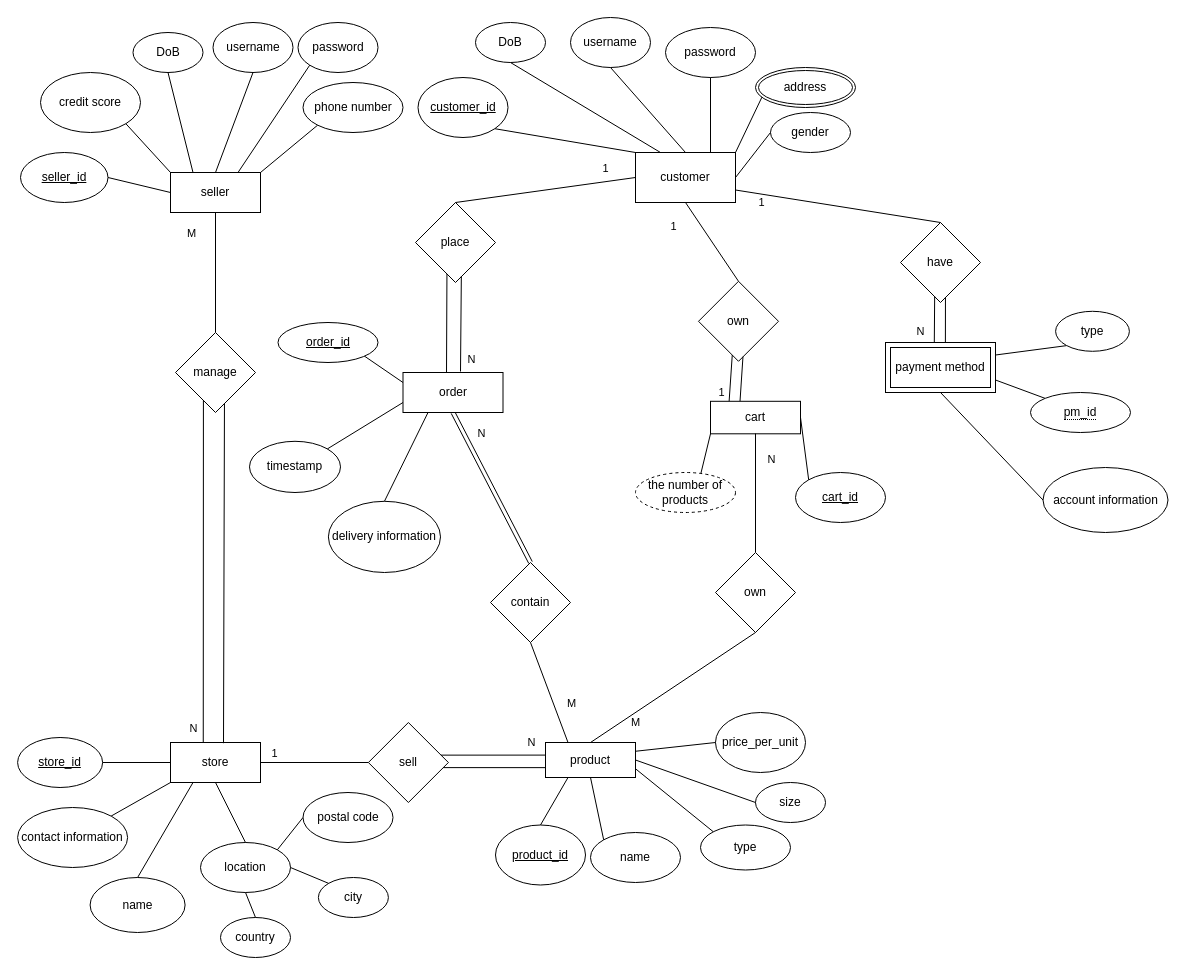
Earlier version of the draw.io diagram 9311-assignment-1.drawio (zhangnailiang/ER). Source tidied: cells renumbered, new cells numbered last; positions are measured from the earlier drawing's top-left corner, leaving out a move shared by most shapes. Both pictures are drawn from the tidied source at 100%, with x=0, y=0 at pixel (17, 17).
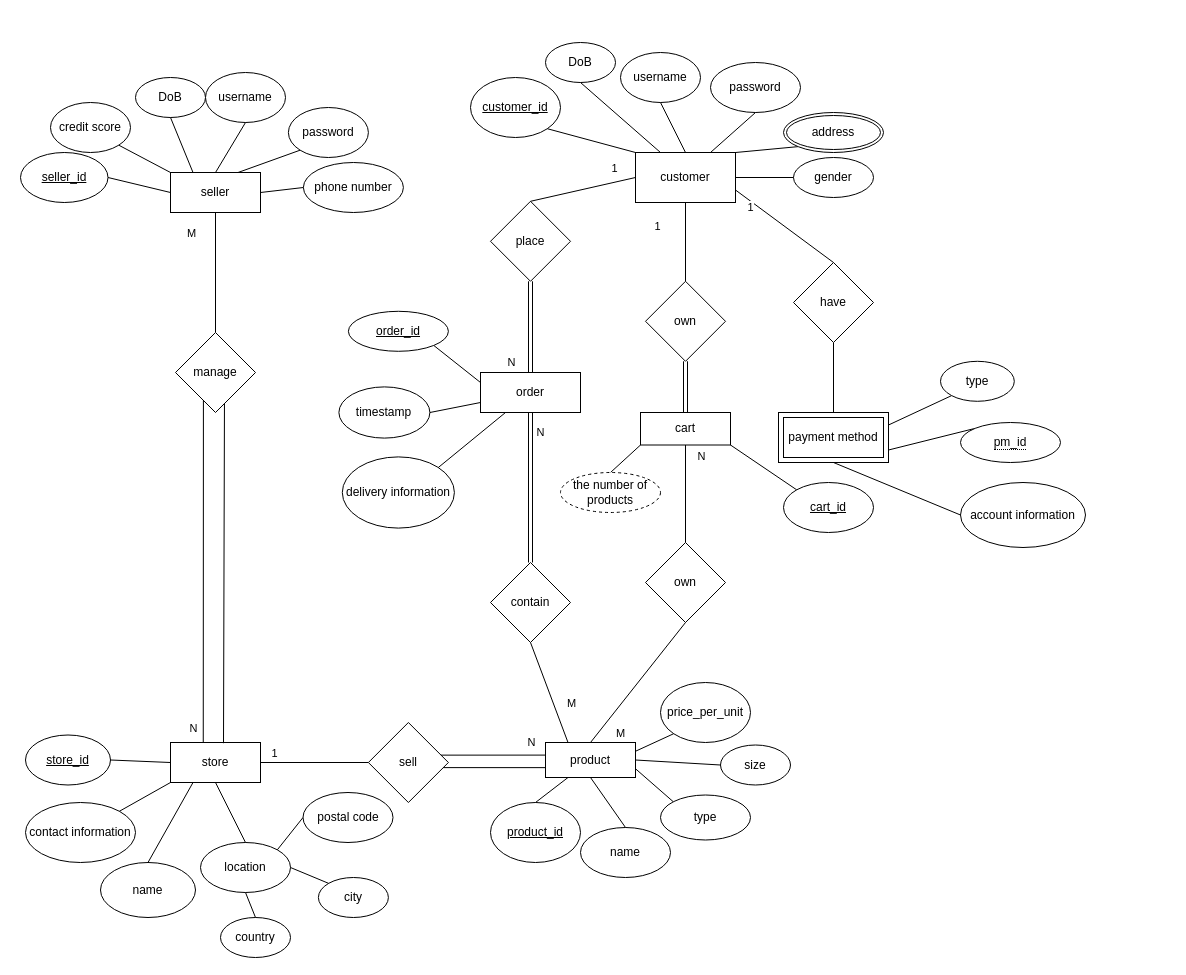
The same page after the edit.

Unchanged cells that the change refers to:
```xml
<mxCell id="2" value="seller" style="rounded=0;whiteSpace=wrap;html=1;" parent="1" vertex="1">
  <mxGeometry x="153" y="155" width="90" height="40" as="geometry" />
</mxCell>
<mxCell id="17" value="customer" style="rounded=0;whiteSpace=wrap;html=1;" parent="1" vertex="1">
  <mxGeometry x="618" y="135" width="100" height="50" as="geometry" />
</mxCell>
<mxCell id="23" value="product" style="rounded=0;whiteSpace=wrap;html=1;" parent="1" vertex="1">
  <mxGeometry x="528" y="725" width="90" height="35" as="geometry" />
</mxCell>
<mxCell id="70" style="endArrow=none;html=1;rounded=0;entryX=0.5;entryY=1;entryDx=0;entryDy=0;exitX=0.5;exitY=0;exitDx=0;exitDy=0;" parent="1" edge="1" source="23" target="67">
  <mxGeometry relative="1" as="geometry" />
</mxCell>
```

The edit, as a diff of the source:
```diff
@@
     <mxCell id="3" value="username" style="ellipse;whiteSpace=wrap;html=1;" parent="1" vertex="1">
-      <mxGeometry x="195.5" y="5" width="80" height="50" as="geometry" />
+      <mxGeometry x="188" y="55" width="80" height="50" as="geometry" />
     </mxCell>
     <mxCell id="4" value="password" style="ellipse;whiteSpace=wrap;html=1;" parent="1" vertex="1">
-      <mxGeometry x="280.5" y="5" width="80" height="50" as="geometry" />
+      <mxGeometry x="270.9" y="90" width="80" height="50" as="geometry" />
     </mxCell>
     <mxCell id="5" value="DoB" style="ellipse;whiteSpace=wrap;html=1;" parent="1" vertex="1">
-      <mxGeometry x="115.5" y="15" width="70" height="40" as="geometry" />
+      <mxGeometry x="118" y="60" width="70" height="40" as="geometry" />
     </mxCell>
     <mxCell id="6" value="phone number" style="ellipse;whiteSpace=wrap;html=1;" parent="1" vertex="1">
-      <mxGeometry x="285.5" y="65" width="100" height="50" as="geometry" />
+      <mxGeometry x="285.9" y="145" width="100" height="50" as="geometry" />
     </mxCell>
     <mxCell id="7" value="credit score" style="ellipse;whiteSpace=wrap;html=1;" parent="1" vertex="1">
-      <mxGeometry x="23" y="55" width="100" height="60" as="geometry" />
+      <mxGeometry x="33" y="85" width="80" height="50" as="geometry" />
     </mxCell>
@@
     <mxCell id="9" value="&lt;u&gt;store_id&lt;/u&gt;" style="ellipse;whiteSpace=wrap;html=1;" parent="1" vertex="1">
-      <mxGeometry x="0.1" y="720" width="85" height="50" as="geometry" />
+      <mxGeometry x="8" y="717.5" width="85" height="50" as="geometry" />
     </mxCell>
     <mxCell id="10" value="name" style="ellipse;whiteSpace=wrap;html=1;" parent="1" vertex="1">
-      <mxGeometry x="72.6" y="860" width="95" height="55" as="geometry" />
+      <mxGeometry x="83" y="845" width="95" height="55" as="geometry" />
     </mxCell>
@@
     <mxCell id="12" value="contact information" style="ellipse;whiteSpace=wrap;html=1;" parent="1" vertex="1">
-      <mxGeometry x="0.1" y="790" width="110" height="60" as="geometry" />
+      <mxGeometry x="8" y="785" width="110" height="60" as="geometry" />
     </mxCell>
@@
     <mxCell id="18" value="&lt;u&gt;customer_id&lt;/u&gt;" style="ellipse;whiteSpace=wrap;html=1;" parent="1" vertex="1">
-      <mxGeometry x="400.5" y="60" width="90" height="60" as="geometry" />
+      <mxGeometry x="453" y="60" width="90" height="60" as="geometry" />
     </mxCell>
     <mxCell id="19" value="username" style="ellipse;whiteSpace=wrap;html=1;" parent="1" vertex="1">
-      <mxGeometry x="553" width="80" height="50" as="geometry" />
+      <mxGeometry x="603" y="35" width="80" height="50" as="geometry" />
     </mxCell>
     <mxCell id="20" value="password" style="ellipse;whiteSpace=wrap;html=1;" parent="1" vertex="1">
-      <mxGeometry x="648" y="10" width="90" height="50" as="geometry" />
+      <mxGeometry x="693" y="45" width="90" height="50" as="geometry" />
     </mxCell>
     <mxCell id="21" value="DoB" style="ellipse;whiteSpace=wrap;html=1;" parent="1" vertex="1">
-      <mxGeometry x="458" y="5" width="70" height="40" as="geometry" />
+      <mxGeometry x="528" y="25" width="70" height="40" as="geometry" />
     </mxCell>
     <mxCell id="22" value="gender" style="ellipse;whiteSpace=wrap;html=1;" parent="1" vertex="1">
-      <mxGeometry x="753" y="95" width="80" height="40" as="geometry" />
+      <mxGeometry x="776" y="140" width="80" height="40" as="geometry" />
     </mxCell>
@@
     <mxCell id="24" value="&lt;u&gt;product_id&lt;/u&gt;" style="ellipse;whiteSpace=wrap;html=1;" parent="1" vertex="1">
-      <mxGeometry x="478" y="807.5" width="90" height="60" as="geometry" />
+      <mxGeometry x="473" y="785" width="90" height="60" as="geometry" />
     </mxCell>
     <mxCell id="25" value="name" style="ellipse;whiteSpace=wrap;html=1;" parent="1" vertex="1">
-      <mxGeometry x="573" y="815" width="90" height="50" as="geometry" />
+      <mxGeometry x="563" y="810" width="90" height="50" as="geometry" />
     </mxCell>
     <mxCell id="26" value="type" style="ellipse;whiteSpace=wrap;html=1;" parent="1" vertex="1">
-      <mxGeometry x="683" y="807.5" width="90" height="45" as="geometry" />
+      <mxGeometry x="643" y="777.5" width="90" height="45" as="geometry" />
     </mxCell>
     <mxCell id="27" value="size" style="ellipse;whiteSpace=wrap;html=1;" parent="1" vertex="1">
-      <mxGeometry x="738" y="765" width="70" height="40" as="geometry" />
+      <mxGeometry x="703" y="727.5" width="70" height="40" as="geometry" />
     </mxCell>
     <mxCell id="28" value="price_per_unit" style="ellipse;whiteSpace=wrap;html=1;" parent="1" vertex="1">
-      <mxGeometry x="698" y="695" width="90" height="60" as="geometry" />
+      <mxGeometry x="643" y="665" width="90" height="60" as="geometry" />
     </mxCell>
     <mxCell id="29" value="&lt;u&gt;cart_id&lt;/u&gt;" style="ellipse;whiteSpace=wrap;html=1;" parent="1" vertex="1">
-      <mxGeometry x="778" y="455" width="90" height="50" as="geometry" />
+      <mxGeometry x="766" y="465" width="90" height="50" as="geometry" />
     </mxCell>
@@
     <mxCell id="39" value="place" style="rhombus;whiteSpace=wrap;html=1;" parent="1" vertex="1">
-      <mxGeometry x="398" y="185" width="80" height="80" as="geometry" />
+      <mxGeometry x="473" y="183.8" width="80" height="80" as="geometry" />
     </mxCell>
@@
-    <mxCell id="42" style="endArrow=none;html=1;rounded=0;entryX=0.393;entryY=0.893;entryDx=0;entryDy=0;entryPerimeter=0;exitX=0.435;exitY=0.025;exitDx=0;exitDy=0;exitPerimeter=0;" parent="1" edge="1" source="111" target="39">
-      <mxGeometry relative="1" as="geometry" />
-    </mxCell>
-    <mxCell id="43" style="endArrow=none;html=1;rounded=0;entryX=0.573;entryY=0.922;entryDx=0;entryDy=0;entryPerimeter=0;exitX=0.575;exitY=-0.025;exitDx=0;exitDy=0;exitPerimeter=0;" parent="1" edge="1" source="111" target="39">
-      <mxGeometry relative="1" as="geometry" />
-    </mxCell>
-    <mxCell id="44" value="N" style="edgeLabel;html=1;align=center;verticalAlign=middle;" parent="43" vertex="1">
-      <mxGeometry x="-0.35" y="-1" relative="1" as="geometry">
-        <mxPoint x="9" y="18" as="offset" />
-      </mxGeometry>
-    </mxCell>
@@
     <mxCell id="53" value="cart" style="rounded=0;whiteSpace=wrap;html=1;" parent="1" vertex="1">
-      <mxGeometry x="693" y="383.8" width="90" height="32.5" as="geometry" />
+      <mxGeometry x="623" y="395" width="90" height="32.5" as="geometry" />
     </mxCell>
     <mxCell id="54" value="timestamp" style="ellipse;whiteSpace=wrap;html=1;" parent="1" vertex="1">
-      <mxGeometry x="232" y="423.8" width="91" height="51.2" as="geometry" />
+      <mxGeometry x="321.4" y="369.4" width="91" height="51.2" as="geometry" />
     </mxCell>
     <mxCell id="55" value="delivery information" style="ellipse;whiteSpace=wrap;html=1;" parent="1" vertex="1">
-      <mxGeometry x="310.9" y="483.8" width="112.1" height="71.2" as="geometry" />
+      <mxGeometry x="324.8" y="439.4" width="112.1" height="71.2" as="geometry" />
     </mxCell>
@@
     <mxCell id="58" value="type" style="ellipse;whiteSpace=wrap;html=1;" parent="1" vertex="1">
-      <mxGeometry x="1038.1" y="293.8" width="73.8" height="40" as="geometry" />
+      <mxGeometry x="923" y="343.8" width="73.8" height="40" as="geometry" />
     </mxCell>
@@
     <mxCell id="60" value="account information" style="ellipse;whiteSpace=wrap;html=1;" parent="1" vertex="1">
-      <mxGeometry x="1025.5" y="450" width="125" height="65" as="geometry" />
+      <mxGeometry x="943" y="465" width="125" height="65" as="geometry" />
     </mxCell>
+    <mxCell id="113" style="edgeStyle=orthogonalEdgeStyle;rounded=0;jettySize=auto;html=1;exitX=0.5;exitY=1;exitDx=0;exitDy=0;shape=link;" parent="1" edge="1" source="61" target="53">
+      <mxGeometry relative="1" as="geometry" />
+    </mxCell>
     <mxCell id="61" value="own" style="rhombus;whiteSpace=wrap;html=1;" parent="1" vertex="1">
-      <mxGeometry x="681" y="263.8" width="80" height="80" as="geometry" />
+      <mxGeometry x="628" y="263.8" width="80" height="80" as="geometry" />
     </mxCell>
@@
-    <mxCell id="64" style="endArrow=none;html=1;rounded=0;entryX=0.422;entryY=0.922;entryDx=0;entryDy=0;entryPerimeter=0;exitX=0.207;exitY=-0.004;exitDx=0;exitDy=0;exitPerimeter=0;" parent="1" edge="1" source="53" target="61">
-      <mxGeometry relative="1" as="geometry" />
-    </mxCell>
-    <mxCell id="65" value="1&lt;br&gt;" style="edgeLabel;html=1;align=center;verticalAlign=middle;" parent="64" vertex="1">
-      <mxGeometry x="-0.46" y="1" relative="1" as="geometry">
-        <mxPoint x="-8" y="3" as="offset" />
-      </mxGeometry>
-    </mxCell>
-    <mxCell id="66" style="endArrow=none;html=1;rounded=0;entryX=0.556;entryY=0.942;entryDx=0;entryDy=0;entryPerimeter=0;exitX=0.328;exitY=-0.004;exitDx=0;exitDy=0;exitPerimeter=0;" parent="1" edge="1" source="53" target="61">
-      <mxGeometry relative="1" as="geometry" />
-    </mxCell>
     <mxCell id="67" value="own" style="rhombus;whiteSpace=wrap;html=1;" parent="1" vertex="1">
-      <mxGeometry x="698" y="535" width="80" height="80" as="geometry" />
+      <mxGeometry x="628" y="525" width="80" height="80" as="geometry" />
     </mxCell>
-    <mxCell id="68" style="endArrow=none;html=1;rounded=0;entryX=0.5;entryY=1;entryDx=0;entryDy=0;exitX=0.5;exitY=0;exitDx=0;exitDy=0;" parent="1" edge="1">
-      <mxGeometry relative="1" as="geometry">
-        <mxPoint x="738" y="534.8" as="sourcePoint" />
-        <mxPoint x="738" y="416" as="targetPoint" />
-      </mxGeometry>
+    <mxCell id="68" style="endArrow=none;html=1;rounded=0;entryX=0.5;entryY=1;entryDx=0;entryDy=0;exitX=0.5;exitY=0;exitDx=0;exitDy=0;" parent="1" edge="1" source="67" target="53">
+      <mxGeometry relative="1" as="geometry" />
     </mxCell>
@@
     <mxCell id="71" value="M" style="edgeLabel;html=1;align=center;verticalAlign=middle;" parent="70" vertex="1">
       <mxGeometry x="0.76" relative="1" as="geometry">
-        <mxPoint x="-101" y="77" as="offset" />
+        <mxPoint x="-54" y="96" as="offset" />
       </mxGeometry>
     </mxCell>
+    <mxCell id="114" style="edgeStyle=orthogonalEdgeStyle;rounded=0;jettySize=auto;html=1;exitX=0.5;exitY=1;exitDx=0;exitDy=0;entryX=0.5;entryY=0;entryDx=0;entryDy=0;endArrow=none;endFill=0;" parent="1" edge="1" source="72" target="110">
+      <mxGeometry relative="1" as="geometry" />
+    </mxCell>
     <mxCell id="72" value="have" style="rhombus;whiteSpace=wrap;html=1;" parent="1" vertex="1">
-      <mxGeometry x="883" y="205" width="80" height="80" as="geometry" />
+      <mxGeometry x="776" y="245" width="80" height="80" as="geometry" />
     </mxCell>
@@
-    <mxCell id="75" style="endArrow=none;html=1;rounded=0;entryX=0.427;entryY=0.925;entryDx=0;entryDy=0;entryPerimeter=0;exitX=0.444;exitY=0;exitDx=0;exitDy=0;exitPerimeter=0;" parent="1" edge="1" target="72">
-      <mxGeometry relative="1" as="geometry">
-        <mxPoint x="916.8" y="325" as="sourcePoint" />
-      </mxGeometry>
-    </mxCell>
-    <mxCell id="76" style="endArrow=none;html=1;rounded=0;entryX=0.562;entryY=0.934;entryDx=0;entryDy=0;entryPerimeter=0;exitX=0.545;exitY=-0.003;exitDx=0;exitDy=0;exitPerimeter=0;" parent="1" edge="1" target="72">
-      <mxGeometry relative="1" as="geometry">
-        <mxPoint x="927.9" y="324.8" as="sourcePoint" />
-      </mxGeometry>
-    </mxCell>
-    <mxCell id="77" value="N" style="edgeLabel;html=1;align=center;verticalAlign=middle;" parent="76" vertex="1">
-      <mxGeometry x="-0.35" y="-2" relative="1" as="geometry">
-        <mxPoint x="-27" y="4" as="offset" />
-      </mxGeometry>
-    </mxCell>
-    <mxCell id="78" style="endArrow=none;html=1;rounded=0;entryX=0;entryY=1;entryDx=0;entryDy=0;exitX=0.5;exitY=0;exitDx=0;exitDy=0;" parent="1" edge="1" target="53">
-      <mxGeometry relative="1" as="geometry">
-        <mxPoint x="683" y="457.5" as="sourcePoint" />
-      </mxGeometry>
+    <mxCell id="78" style="endArrow=none;html=1;rounded=0;entryX=0;entryY=1;entryDx=0;entryDy=0;exitX=0.5;exitY=0;exitDx=0;exitDy=0;" parent="1" edge="1" source="109" target="53">
+      <mxGeometry relative="1" as="geometry" />
     </mxCell>
-    <mxCell id="79" style="endArrow=none;html=1;rounded=0;entryX=1;entryY=0.5;entryDx=0;entryDy=0;exitX=0;exitY=0;exitDx=0;exitDy=0;" parent="1" edge="1" source="29" target="53">
+    <mxCell id="79" style="endArrow=none;html=1;rounded=0;entryX=1;entryY=1;entryDx=0;entryDy=0;exitX=0;exitY=0;exitDx=0;exitDy=0;" parent="1" edge="1" source="29" target="53">
       <mxGeometry relative="1" as="geometry" />
     </mxCell>
@@
-    <mxCell id="81" style="endArrow=none;html=1;rounded=0;entryX=0;entryY=1;entryDx=0;entryDy=0;exitX=1;exitY=0;exitDx=0;exitDy=0;" parent="1" edge="1" source="17">
-      <mxGeometry relative="1" as="geometry">
-        <mxPoint x="744.7" y="79.1" as="targetPoint" />
-      </mxGeometry>
+    <mxCell id="81" style="endArrow=none;html=1;rounded=0;entryX=0;entryY=1;entryDx=0;entryDy=0;exitX=1;exitY=0;exitDx=0;exitDy=0;" parent="1" edge="1" source="17" target="107">
+      <mxGeometry relative="1" as="geometry" />
     </mxCell>
@@
-    <mxCell id="86" style="endArrow=none;html=1;rounded=0;entryX=0;entryY=1;entryDx=0;entryDy=0;exitX=1;exitY=0;exitDx=0;exitDy=0;" parent="1" edge="1" source="2" target="6">
+    <mxCell id="86" style="endArrow=none;html=1;rounded=0;entryX=0;entryY=0.5;entryDx=0;entryDy=0;exitX=1;exitY=0.5;exitDx=0;exitDy=0;" parent="1" edge="1" source="2" target="6">
       <mxGeometry relative="1" as="geometry" />
     </mxCell>
@@
-    <mxCell id="100" style="endArrow=none;html=1;rounded=0;entryX=0.5;entryY=1;entryDx=0;entryDy=0;exitX=0;exitY=0;exitDx=0;exitDy=0;" parent="1" edge="1" source="25" target="23">
+    <mxCell id="100" style="endArrow=none;html=1;rounded=0;entryX=0.5;entryY=1;entryDx=0;entryDy=0;exitX=0.5;exitY=0;exitDx=0;exitDy=0;" parent="1" edge="1" source="25" target="23">
       <mxGeometry relative="1" as="geometry" />
     </mxCell>
@@
-    <mxCell id="103" style="endArrow=none;html=1;rounded=0;entryX=0;entryY=0.5;entryDx=0;entryDy=0;exitX=1;exitY=0.25;exitDx=0;exitDy=0;" parent="1" edge="1" source="23" target="28">
+    <mxCell id="103" style="endArrow=none;html=1;rounded=0;entryX=0;entryY=1;entryDx=0;entryDy=0;exitX=1;exitY=0.25;exitDx=0;exitDy=0;" parent="1" edge="1" source="23" target="28">
       <mxGeometry relative="1" as="geometry" />
     </mxCell>
-    <mxCell id="104" style="endArrow=none;html=1;rounded=0;exitX=1;exitY=1;exitDx=0;exitDy=0;entryX=0;entryY=0.25;entryDx=0;entryDy=0;" parent="1" edge="1" target="111">
-      <mxGeometry relative="1" as="geometry">
-        <mxPoint x="345.9" y="337.9" as="sourcePoint" />
-      </mxGeometry>
+    <mxCell id="104" style="endArrow=none;html=1;rounded=0;exitX=1;exitY=1;exitDx=0;exitDy=0;entryX=0;entryY=0.25;entryDx=0;entryDy=0;" parent="1" edge="1" source="108" target="111">
+      <mxGeometry relative="1" as="geometry" />
     </mxCell>
-    <mxCell id="105" style="endArrow=none;html=1;rounded=0;entryX=0;entryY=0.75;entryDx=0;entryDy=0;exitX=1;exitY=0;exitDx=0;exitDy=0;" parent="1" edge="1" source="54" target="111">
+    <mxCell id="105" style="endArrow=none;html=1;rounded=0;entryX=0;entryY=0.75;entryDx=0;entryDy=0;exitX=1;exitY=0.5;exitDx=0;exitDy=0;" parent="1" edge="1" source="54" target="111">
       <mxGeometry relative="1" as="geometry" />
     </mxCell>
-    <mxCell id="106" style="endArrow=none;html=1;rounded=0;entryX=0.25;entryY=1;entryDx=0;entryDy=0;exitX=0.5;exitY=0;exitDx=0;exitDy=0;" parent="1" edge="1" source="55" target="111">
+    <mxCell id="106" style="endArrow=none;html=1;rounded=0;entryX=0.25;entryY=1;entryDx=0;entryDy=0;exitX=1;exitY=0;exitDx=0;exitDy=0;" parent="1" edge="1" source="55" target="111">
       <mxGeometry relative="1" as="geometry" />
     </mxCell>
     <mxCell id="107" value="address" style="ellipse;shape=doubleEllipse;margin=3;whiteSpace=wrap;html=1;align=center;" parent="1" vertex="1">
-      <mxGeometry x="738" y="50" width="100" height="40" as="geometry" />
+      <mxGeometry x="766" y="95" width="100" height="40" as="geometry" />
     </mxCell>
     <mxCell id="108" value="&lt;u&gt;order_id&lt;/u&gt;" style="ellipse;whiteSpace=wrap;html=1;align=center;" parent="1" vertex="1">
-      <mxGeometry x="260.5" y="305" width="100" height="40" as="geometry" />
+      <mxGeometry x="330.9" y="293.8" width="100" height="40" as="geometry" />
     </mxCell>
     <mxCell id="109" value="the number of products" style="ellipse;whiteSpace=wrap;html=1;align=center;dashed=1;" parent="1" vertex="1">
-      <mxGeometry x="618" y="455" width="100" height="40" as="geometry" />
+      <mxGeometry x="543" y="455" width="100" height="40" as="geometry" />
     </mxCell>
     <mxCell id="110" value="payment method" style="shape=ext;margin=3;double=1;whiteSpace=wrap;html=1;align=center;" parent="1" vertex="1">
-      <mxGeometry x="868" y="325" width="110" height="50" as="geometry" />
+      <mxGeometry x="761" y="395" width="110" height="50" as="geometry" />
     </mxCell>
     <mxCell id="111" value="order" style="whiteSpace=wrap;html=1;align=center;" parent="1" vertex="1">
-      <mxGeometry x="385.5" y="355" width="100" height="40" as="geometry" />
+      <mxGeometry x="463" y="355" width="100" height="40" as="geometry" />
     </mxCell>
     <mxCell id="112" value="&lt;span style=&quot;border-bottom: 1px dotted&quot;&gt;pm_id&lt;/span&gt;" style="ellipse;whiteSpace=wrap;html=1;align=center;" parent="1" vertex="1">
-      <mxGeometry x="1013" y="375" width="100" height="40" as="geometry" />
+      <mxGeometry x="943" y="405" width="100" height="40" as="geometry" />
     </mxCell>
+    <mxCell id="115" style="endArrow=none;html=1;rounded=0;entryX=0.5;entryY=1;entryDx=0;entryDy=0;exitX=0.5;exitY=0;exitDx=0;exitDy=0;shape=link;" parent="1" edge="1" source="111" target="39">
+      <mxGeometry relative="1" as="geometry" />
+    </mxCell>
+    <mxCell id="116" value="N" style="edgeLabel;html=1;align=center;verticalAlign=middle;" parent="115" vertex="1">
+      <mxGeometry x="-0.61" y="-4" relative="1" as="geometry">
+        <mxPoint x="-24" y="7" as="offset" />
+      </mxGeometry>
+    </mxCell>
```
